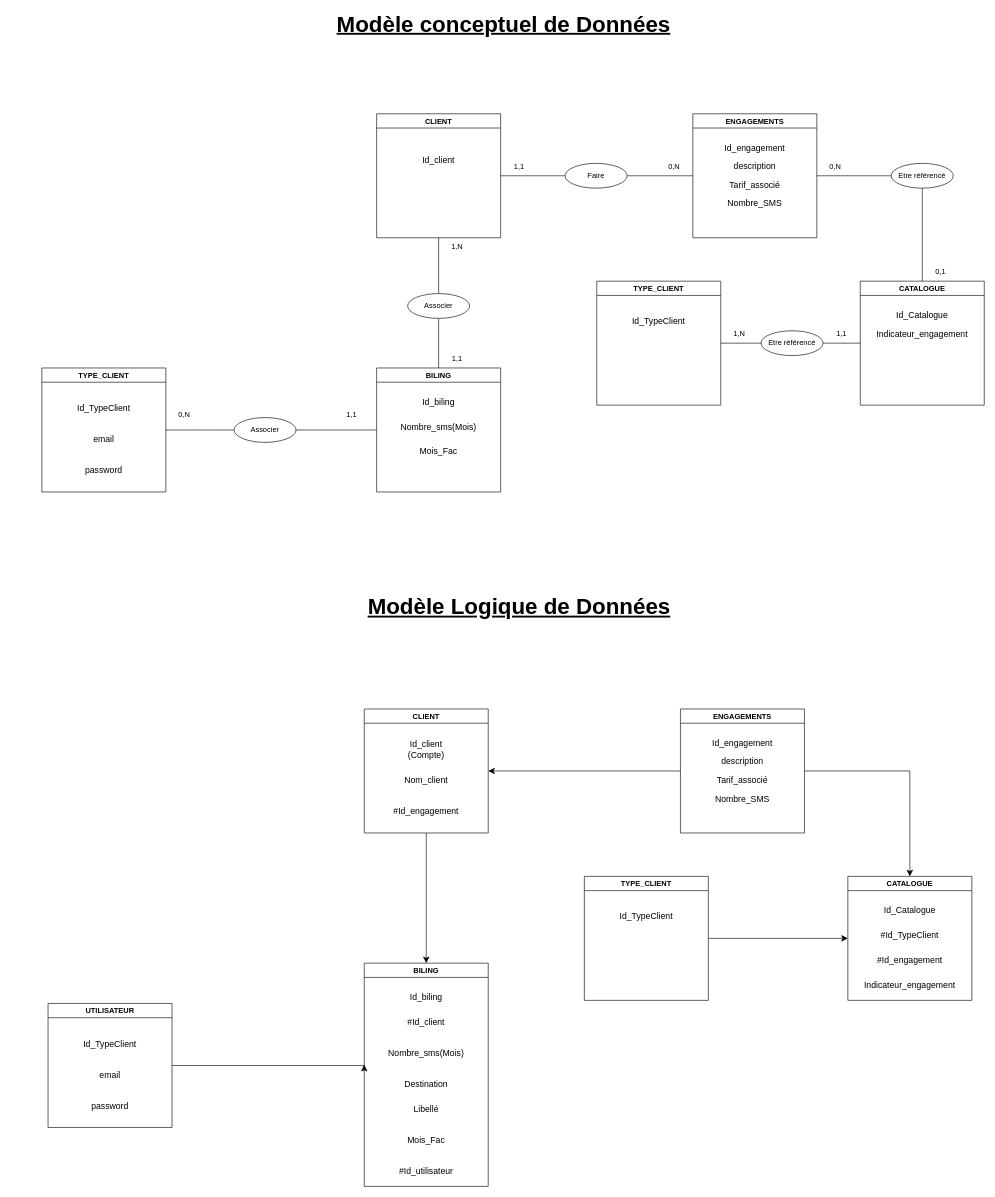
This is modelisation.drawio from morantaDev/portail_Sonatel, a draw.io file, before an edit. Source tidied: cells renumbered, new cells numbered last; positions are measured from the earlier drawing's top-left corner, leaving out a move shared by most shapes. Both pictures are drawn from the tidied source at 62%, with x=0, y=0 at pixel (42, 14).
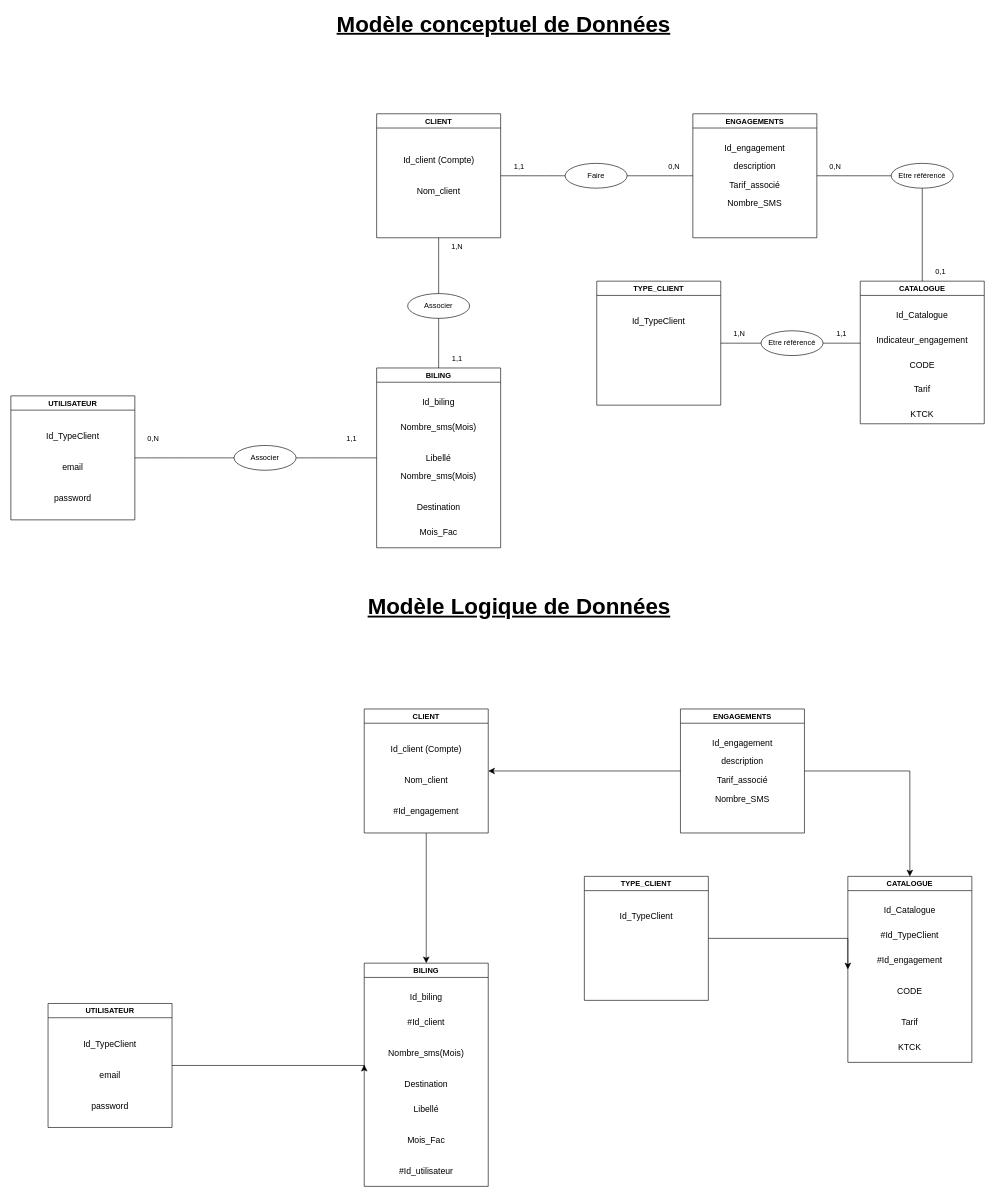
Above is the later version.

The change refers to these unchanged cells:
```xml
<mxCell id="2" value="CLIENT" style="swimlane;startSize=23;" parent="1" vertex="1">
  <mxGeometry x="540" y="160" width="200" height="200" as="geometry" />
</mxCell>
<mxCell id="40" value="CLIENT" style="swimlane;startSize=23;" parent="1" vertex="1">
  <mxGeometry x="520" y="1120" width="200" height="200" as="geometry" />
</mxCell>
```

What changed in the source:
```diff
@@
-    <mxCell id="3" value="&lt;font style=&quot;font-size: 14px;&quot;&gt;Id_client&lt;/font&gt;" style="text;html=1;strokeColor=none;fillColor=none;align=center;verticalAlign=middle;whiteSpace=wrap;rounded=0;" parent="2" vertex="1">
-      <mxGeometry x="70" y="60" width="60" height="30" as="geometry" />
+    <mxCell id="3" value="&lt;font style=&quot;font-size: 14px;&quot;&gt;Id_client (Compte)&lt;/font&gt;" style="text;html=1;strokeColor=none;fillColor=none;align=center;verticalAlign=middle;whiteSpace=wrap;rounded=0;" parent="2" vertex="1">
+      <mxGeometry x="39.5" y="60" width="121" height="30" as="geometry" />
     </mxCell>
+    <mxCell id="82" value="&lt;span style=&quot;font-size: 14px;&quot;&gt;Nom_client&lt;/span&gt;" style="text;html=1;strokeColor=none;fillColor=none;align=center;verticalAlign=middle;whiteSpace=wrap;rounded=0;" parent="2" vertex="1">
+      <mxGeometry x="70" y="110" width="60" height="30" as="geometry" />
+    </mxCell>
@@
     <mxCell id="14" value="CATALOGUE" style="swimlane;startSize=23;" parent="1" vertex="1">
-      <mxGeometry x="1320" y="430" width="200" height="200" as="geometry" />
+      <mxGeometry x="1320" y="430" width="200" height="230" as="geometry" />
     </mxCell>
@@
     <mxCell id="16" value="&lt;font style=&quot;font-size: 14px;&quot;&gt;Indicateur_engagement&lt;/font&gt;" style="text;html=1;strokeColor=none;fillColor=none;align=center;verticalAlign=middle;whiteSpace=wrap;rounded=0;" parent="14" vertex="1">
-      <mxGeometry x="70" y="70" width="60" height="30" as="geometry" />
+      <mxGeometry x="70" y="80" width="60" height="30" as="geometry" />
     </mxCell>
+    <mxCell id="83" value="&lt;span style=&quot;font-size: 14px;&quot;&gt;CODE&lt;/span&gt;" style="text;html=1;strokeColor=none;fillColor=none;align=center;verticalAlign=middle;whiteSpace=wrap;rounded=0;" parent="14" vertex="1">
+      <mxGeometry x="70" y="120" width="60" height="30" as="geometry" />
+    </mxCell>
+    <mxCell id="84" value="&lt;span style=&quot;font-size: 14px;&quot;&gt;Tarif&lt;/span&gt;" style="text;html=1;strokeColor=none;fillColor=none;align=center;verticalAlign=middle;whiteSpace=wrap;rounded=0;" parent="14" vertex="1">
+      <mxGeometry x="70" y="160" width="60" height="30" as="geometry" />
+    </mxCell>
+    <mxCell id="85" value="&lt;span style=&quot;font-size: 14px;&quot;&gt;KTCK&lt;/span&gt;" style="text;html=1;strokeColor=none;fillColor=none;align=center;verticalAlign=middle;whiteSpace=wrap;rounded=0;" parent="14" vertex="1">
+      <mxGeometry x="70" y="200" width="60" height="30" as="geometry" />
+    </mxCell>
@@
     <mxCell id="29" value="BILING" style="swimlane;startSize=23;" parent="1" vertex="1">
-      <mxGeometry x="540" y="570" width="200" height="200" as="geometry" />
+      <mxGeometry x="540" y="570" width="200" height="290" as="geometry" />
     </mxCell>
@@
     <mxCell id="32" value="&lt;font style=&quot;font-size: 14px;&quot;&gt;Mois_Fac&lt;/font&gt;" style="text;html=1;strokeColor=none;fillColor=none;align=center;verticalAlign=middle;whiteSpace=wrap;rounded=0;" parent="29" vertex="1">
-      <mxGeometry x="70" y="120" width="60" height="30" as="geometry" />
+      <mxGeometry x="70" y="250" width="60" height="30" as="geometry" />
     </mxCell>
+    <mxCell id="86" value="&lt;font style=&quot;font-size: 14px;&quot;&gt;Libellé&lt;/font&gt;" style="text;html=1;strokeColor=none;fillColor=none;align=center;verticalAlign=middle;whiteSpace=wrap;rounded=0;" parent="29" vertex="1">
+      <mxGeometry x="70" y="130" width="60" height="30" as="geometry" />
+    </mxCell>
@@
     <mxCell id="43" value="&lt;font style=&quot;font-size: 14px;&quot;&gt;Id_client (Compte)&lt;/font&gt;" style="text;html=1;strokeColor=none;fillColor=none;align=center;verticalAlign=middle;whiteSpace=wrap;rounded=0;" parent="40" vertex="1">
-      <mxGeometry x="70" y="50" width="60" height="30" as="geometry" />
+      <mxGeometry x="40" y="50" width="120" height="30" as="geometry" />
     </mxCell>
@@
     <mxCell id="49" value="CATALOGUE" style="swimlane;startSize=23;" parent="1" vertex="1">
-      <mxGeometry x="1300" y="1390" width="200" height="200" as="geometry" />
+      <mxGeometry x="1300" y="1390" width="200" height="300" as="geometry" />
     </mxCell>
@@
-    <mxCell id="51" value="&lt;font style=&quot;font-size: 14px;&quot;&gt;Indicateur_engagement&lt;/font&gt;" style="text;html=1;strokeColor=none;fillColor=none;align=center;verticalAlign=middle;whiteSpace=wrap;rounded=0;" parent="49" vertex="1">
-      <mxGeometry x="70" y="160" width="60" height="30" as="geometry" />
+    <mxCell id="51" value="&lt;span style=&quot;font-size: 14px;&quot;&gt;CODE&lt;/span&gt;" style="text;html=1;strokeColor=none;fillColor=none;align=center;verticalAlign=middle;whiteSpace=wrap;rounded=0;" parent="49" vertex="1">
+      <mxGeometry x="70" y="170" width="60" height="30" as="geometry" />
     </mxCell>
@@
+    <mxCell id="87" value="&lt;span style=&quot;font-size: 14px;&quot;&gt;Tarif&lt;/span&gt;" style="text;html=1;strokeColor=none;fillColor=none;align=center;verticalAlign=middle;whiteSpace=wrap;rounded=0;" parent="49" vertex="1">
+      <mxGeometry x="70" y="220" width="60" height="30" as="geometry" />
+    </mxCell>
+    <mxCell id="88" value="&lt;span style=&quot;font-size: 14px;&quot;&gt;KTCK&lt;/span&gt;" style="text;html=1;strokeColor=none;fillColor=none;align=center;verticalAlign=middle;whiteSpace=wrap;rounded=0;" parent="49" vertex="1">
+      <mxGeometry x="70" y="260" width="60" height="30" as="geometry" />
+    </mxCell>
@@
-    <mxCell id="72" value="TYPE_CLIENT" style="swimlane;startSize=23;" parent="1" vertex="1">
-      <mxGeometry y="570" width="200" height="200" as="geometry" />
+    <mxCell id="72" value="UTILISATEUR" style="swimlane;startSize=23;" parent="1" vertex="1">
+      <mxGeometry x="-50" y="615" width="200" height="200" as="geometry" />
     </mxCell>
@@
     <mxCell id="78" value="Associer" style="ellipse;whiteSpace=wrap;html=1;align=center;newEdgeStyle={&quot;edgeStyle&quot;:&quot;entityRelationEdgeStyle&quot;,&quot;startArrow&quot;:&quot;none&quot;,&quot;endArrow&quot;:&quot;none&quot;,&quot;segment&quot;:10,&quot;curved&quot;:1,&quot;sourcePerimeterSpacing&quot;:0,&quot;targetPerimeterSpacing&quot;:0};" parent="1" vertex="1">
-      <mxGeometry x="310" y="650" width="100" height="40" as="geometry" />
+      <mxGeometry x="310" y="695" width="100" height="40" as="geometry" />
     </mxCell>
     <mxCell id="79" value="1,1" style="text;html=1;strokeColor=none;fillColor=none;align=center;verticalAlign=middle;whiteSpace=wrap;rounded=0;" parent="1" vertex="1">
-      <mxGeometry x="470" y="630" width="60" height="30" as="geometry" />
+      <mxGeometry x="470" y="670" width="60" height="30" as="geometry" />
     </mxCell>
     <mxCell id="80" value="0,N" style="text;html=1;strokeColor=none;fillColor=none;align=center;verticalAlign=middle;whiteSpace=wrap;rounded=0;" parent="1" vertex="1">
-      <mxGeometry x="200" y="630" width="60" height="30" as="geometry" />
+      <mxGeometry x="150" y="670" width="60" height="30" as="geometry" />
     </mxCell>
@@
+    <mxCell id="89" value="&lt;font style=&quot;font-size: 14px;&quot;&gt;Nombre_sms(Mois)&lt;/font&gt;" style="text;html=1;strokeColor=none;fillColor=none;align=center;verticalAlign=middle;whiteSpace=wrap;rounded=0;" parent="1" vertex="1">
+      <mxGeometry x="610" y="730" width="60" height="30" as="geometry" />
+    </mxCell>
+    <mxCell id="90" value="&lt;font style=&quot;font-size: 14px;&quot;&gt;Destination&lt;/font&gt;" style="text;html=1;strokeColor=none;fillColor=none;align=center;verticalAlign=middle;whiteSpace=wrap;rounded=0;" parent="1" vertex="1">
+      <mxGeometry x="610" y="780" width="60" height="30" as="geometry" />
+    </mxCell>
```
